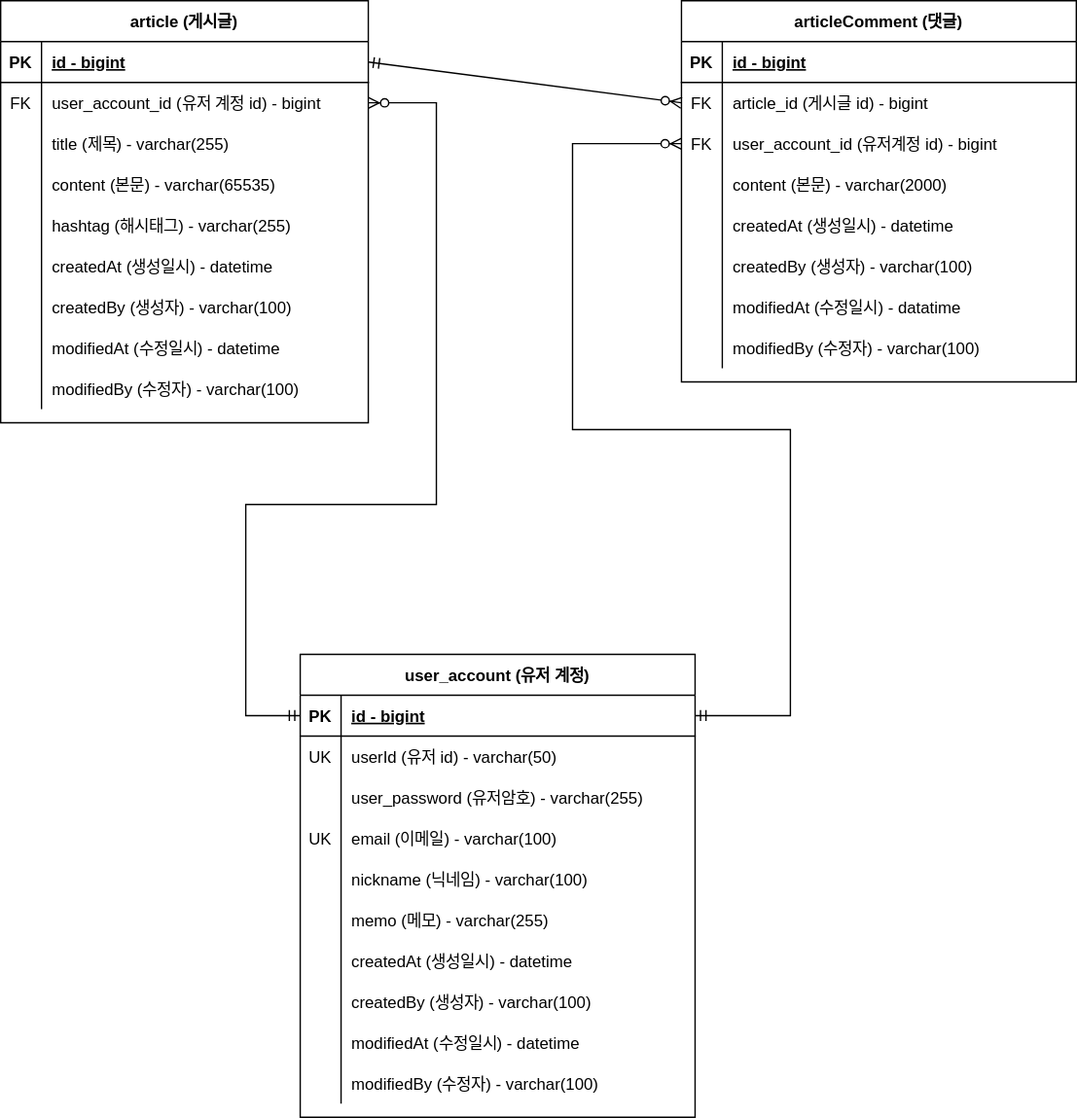
swoox2/fastcampus-project-board keeps this draw.io diagram as document/project-board-erd.svg. Above is the earlier version. Source tidied: cells renumbered, new cells last; positions are measured from the earlier drawing's top-left corner, leaving out a move shared by most shapes.
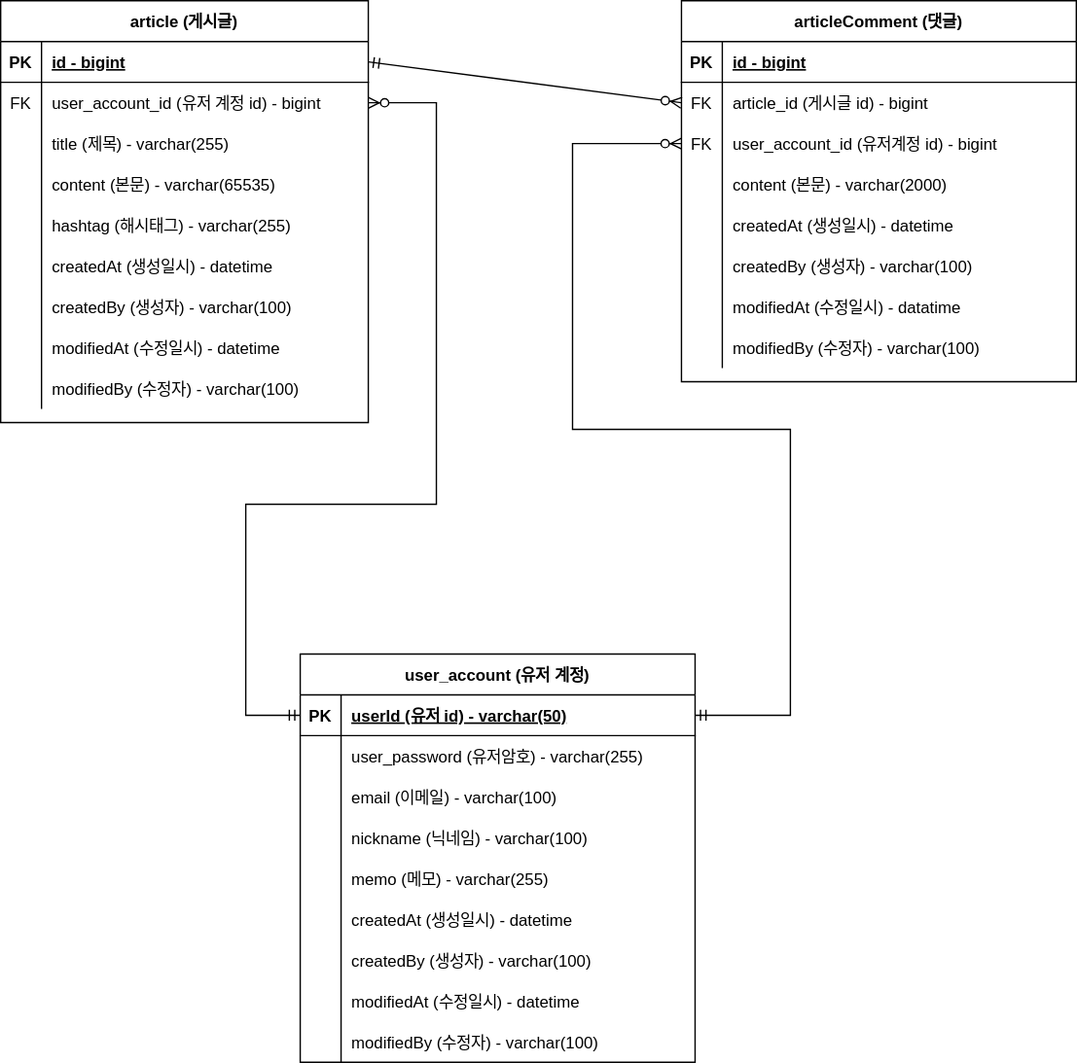
Later version of the same file.

Commit message:
#41 - ERD 문서 수정: 회원 계정 user_id 를 PK 로 변경

Diff of the diagram source:
```diff
@@ -165,7 +165,7 @@
       <mxGeometry relative="1" as="geometry" />
     </mxCell>
     <mxCell id="56" value="user_account (유저 계정)" style="shape=table;startSize=30;rowLines=0;fontStyle=1;align=center;" parent="1" vertex="1">
-      <mxGeometry x="220" y="480" width="290" height="340" as="geometry" />
+      <mxGeometry x="220" y="480" width="290" height="300" as="geometry" />
     </mxCell>
     <mxCell id="57" style="shape=partialRectangle;fillColor=none;points=[[0,0.5],[1,0.5]];portConstraint=eastwest;top=0;left=0;right=0;bottom=1;" parent="56" vertex="1">
       <mxGeometry y="30" width="290" height="30" as="geometry" />
@@ -173,20 +173,11 @@
     <mxCell id="58" value="PK" style="shape=partialRectangle;overflow=hidden;fillColor=none;top=0;left=0;bottom=0;right=0;fontStyle=1;" parent="57" vertex="1">
       <mxGeometry width="30" height="30" as="geometry" />
     </mxCell>
-    <mxCell id="59" value="id - bigint" style="shape=partialRectangle;overflow=hidden;fillColor=none;top=0;left=0;bottom=0;right=0;align=left;spacingLeft=6;fontStyle=5;" parent="57" vertex="1">
+    <mxCell id="59" value="userId (유저 id) - varchar(50)" style="shape=partialRectangle;overflow=hidden;fillColor=none;top=0;left=0;bottom=0;right=0;align=left;spacingLeft=6;fontStyle=5;" parent="57" vertex="1">
       <mxGeometry x="30" width="260" height="30" as="geometry" />
     </mxCell>
-    <mxCell id="60" style="shape=partialRectangle;fillColor=none;top=0;left=0;right=0;bottom=0;" parent="56" vertex="1">
-      <mxGeometry y="60" width="290" height="30" as="geometry" />
-    </mxCell>
-    <mxCell id="61" value="UK" style="shape=partialRectangle;overflow=hidden;fillColor=none;top=0;left=0;bottom=0;right=0;" parent="60" vertex="1">
-      <mxGeometry width="30" height="30" as="geometry" />
-    </mxCell>
-    <mxCell id="62" value="userId (유저 id) - varchar(50)" style="shape=partialRectangle;overflow=hidden;fillColor=none;top=0;left=0;bottom=0;right=0;align=left;spacingLeft=6;" parent="60" vertex="1">
-      <mxGeometry x="30" width="260" height="30" as="geometry" />
-    </mxCell>
     <mxCell id="63" style="shape=partialRectangle;fillColor=none;top=0;left=0;right=0;bottom=0;" parent="56" vertex="1">
-      <mxGeometry y="90" width="290" height="30" as="geometry" />
+      <mxGeometry y="60" width="290" height="30" as="geometry" />
     </mxCell>
     <mxCell id="64" style="shape=partialRectangle;overflow=hidden;fillColor=none;top=0;left=0;bottom=0;right=0;" parent="63" vertex="1">
       <mxGeometry width="30" height="30" as="geometry" />
@@ -195,16 +186,16 @@
       <mxGeometry x="30" width="260" height="30" as="geometry" />
     </mxCell>
     <mxCell id="66" style="shape=partialRectangle;fillColor=none;top=0;left=0;right=0;bottom=0;" parent="56" vertex="1">
-      <mxGeometry y="120" width="290" height="30" as="geometry" />
+      <mxGeometry y="90" width="290" height="30" as="geometry" />
     </mxCell>
-    <mxCell id="67" value="UK" style="shape=partialRectangle;overflow=hidden;fillColor=none;top=0;left=0;bottom=0;right=0;" parent="66" vertex="1">
+    <mxCell id="67" style="shape=partialRectangle;overflow=hidden;fillColor=none;top=0;left=0;bottom=0;right=0;" parent="66" vertex="1">
       <mxGeometry width="30" height="30" as="geometry" />
     </mxCell>
     <mxCell id="68" value="email (이메일) - varchar(100)" style="shape=partialRectangle;overflow=hidden;fillColor=none;top=0;left=0;bottom=0;right=0;align=left;spacingLeft=6;" parent="66" vertex="1">
       <mxGeometry x="30" width="260" height="30" as="geometry" />
     </mxCell>
     <mxCell id="69" style="shape=partialRectangle;fillColor=none;top=0;left=0;right=0;bottom=0;" parent="56" vertex="1">
-      <mxGeometry y="150" width="290" height="30" as="geometry" />
+      <mxGeometry y="120" width="290" height="30" as="geometry" />
     </mxCell>
     <mxCell id="70" style="shape=partialRectangle;overflow=hidden;fillColor=none;top=0;left=0;bottom=0;right=0;" parent="69" vertex="1">
       <mxGeometry width="30" height="30" as="geometry" />
@@ -213,7 +204,7 @@
       <mxGeometry x="30" width="260" height="30" as="geometry" />
     </mxCell>
     <mxCell id="72" style="shape=partialRectangle;fillColor=none;top=0;left=0;right=0;bottom=0;" parent="56" vertex="1">
-      <mxGeometry y="180" width="290" height="30" as="geometry" />
+      <mxGeometry y="150" width="290" height="30" as="geometry" />
     </mxCell>
     <mxCell id="73" style="shape=partialRectangle;overflow=hidden;fillColor=none;top=0;left=0;bottom=0;right=0;" parent="72" vertex="1">
       <mxGeometry width="30" height="30" as="geometry" />
@@ -222,7 +213,7 @@
       <mxGeometry x="30" width="260" height="30" as="geometry" />
     </mxCell>
     <mxCell id="75" style="shape=partialRectangle;fillColor=none;top=0;left=0;right=0;bottom=0;" parent="56" vertex="1">
-      <mxGeometry y="210" width="290" height="30" as="geometry" />
+      <mxGeometry y="180" width="290" height="30" as="geometry" />
     </mxCell>
     <mxCell id="76" style="shape=partialRectangle;overflow=hidden;fillColor=none;top=0;left=0;bottom=0;right=0;" parent="75" vertex="1">
       <mxGeometry width="30" height="30" as="geometry" />
@@ -231,7 +222,7 @@
       <mxGeometry x="30" width="260" height="30" as="geometry" />
     </mxCell>
     <mxCell id="78" style="shape=partialRectangle;fillColor=none;top=0;left=0;right=0;bottom=0;" parent="56" vertex="1">
-      <mxGeometry y="240" width="290" height="30" as="geometry" />
+      <mxGeometry y="210" width="290" height="30" as="geometry" />
     </mxCell>
     <mxCell id="79" style="shape=partialRectangle;overflow=hidden;fillColor=none;top=0;left=0;bottom=0;right=0;" parent="78" vertex="1">
       <mxGeometry width="30" height="30" as="geometry" />
@@ -240,7 +231,7 @@
       <mxGeometry x="30" width="260" height="30" as="geometry" />
     </mxCell>
     <mxCell id="81" style="shape=partialRectangle;fillColor=none;top=0;left=0;right=0;bottom=0;" parent="56" vertex="1">
-      <mxGeometry y="270" width="290" height="30" as="geometry" />
+      <mxGeometry y="240" width="290" height="30" as="geometry" />
     </mxCell>
     <mxCell id="82" style="shape=partialRectangle;overflow=hidden;fillColor=none;top=0;left=0;bottom=0;right=0;" parent="81" vertex="1">
       <mxGeometry width="30" height="30" as="geometry" />
@@ -249,7 +240,7 @@
       <mxGeometry x="30" width="260" height="30" as="geometry" />
     </mxCell>
     <mxCell id="84" style="shape=partialRectangle;fillColor=none;top=0;left=0;right=0;bottom=0;" parent="56" vertex="1">
-      <mxGeometry y="300" width="290" height="30" as="geometry" />
+      <mxGeometry y="270" width="290" height="30" as="geometry" />
     </mxCell>
     <mxCell id="85" style="shape=partialRectangle;overflow=hidden;fillColor=none;top=0;left=0;bottom=0;right=0;" parent="84" vertex="1">
       <mxGeometry width="30" height="30" as="geometry" />
```
